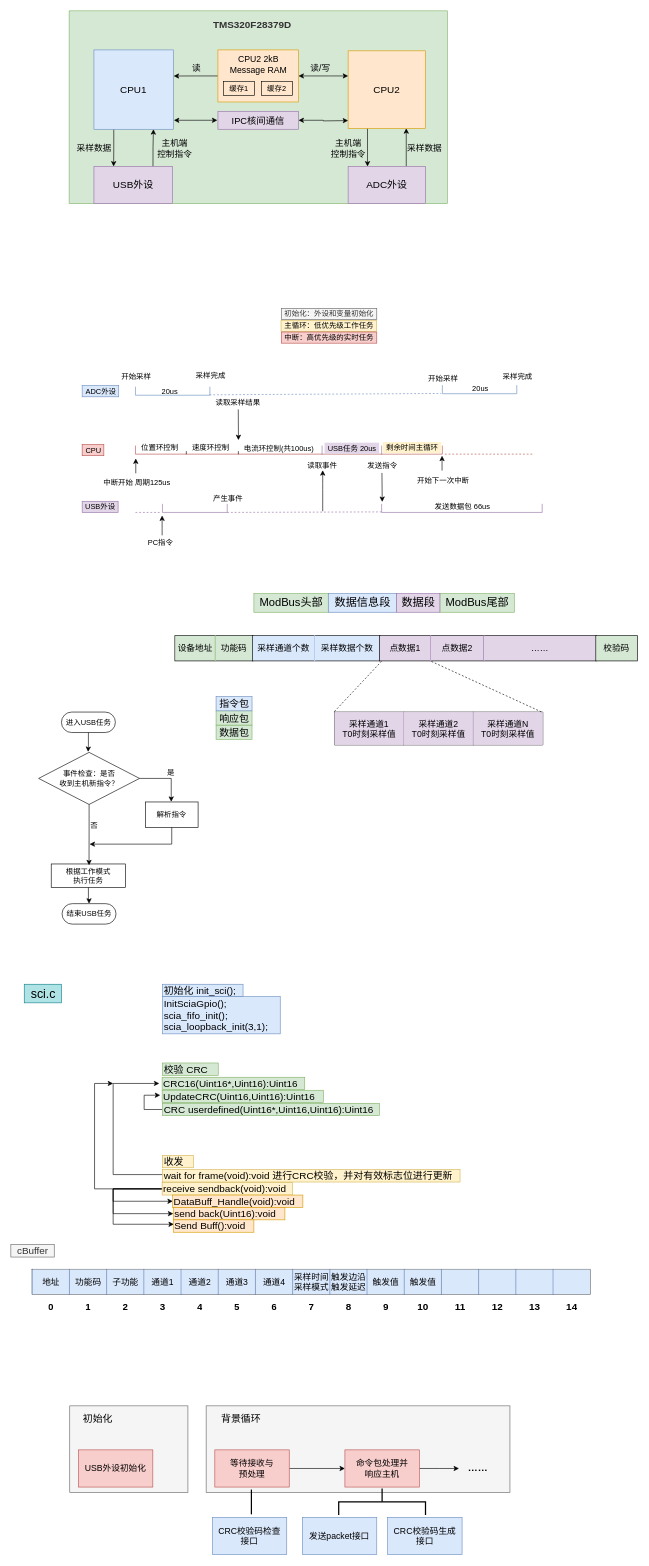
Earlier version of the draw.io diagram page "DSP内部" (2 of 5) of Untitled Diagram.drawio (fuxinsen/test). Source tidied: cells renumbered, new cells numbered last; positions are measured from the earlier drawing's top-left corner, leaving out a move shared by most shapes. Both pictures are drawn from the tidied source at 62%, with x=0, y=0 at pixel (11, 11).
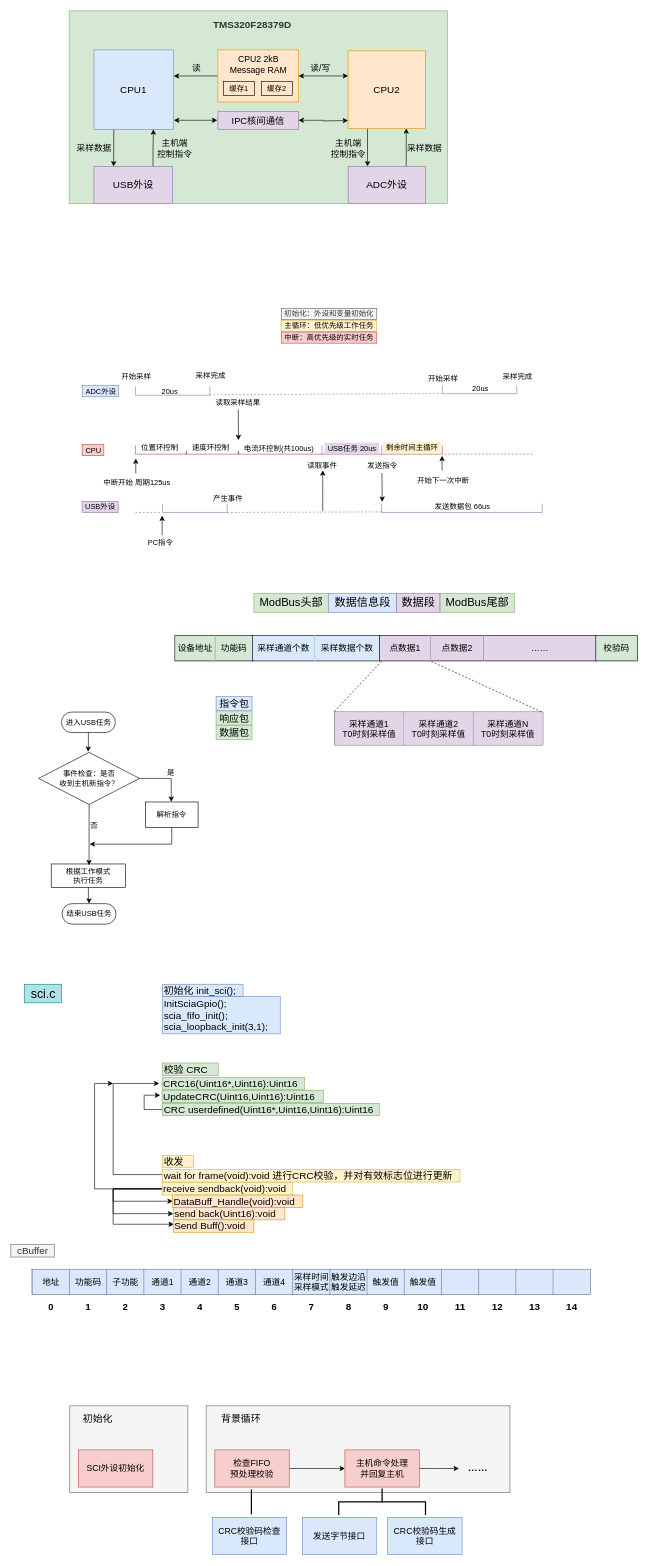
After the change.

What changed in the source:
```diff
@@
-    <mxCell id="161" value="&lt;font style=&quot;font-size: 14px;&quot;&gt;等待接收与&lt;br style=&quot;font-size: 14px;&quot;&gt;预&lt;font style=&quot;font-size: 14px;&quot;&gt;处理&lt;/font&gt;&lt;/font&gt;" style="rounded=0;whiteSpace=wrap;html=1;fillColor=#f8cecc;strokeColor=#b85450;fontSize=14;" parent="1" vertex="1">
+    <mxCell id="161" value="&lt;font style=&quot;font-size: 14px&quot;&gt;检查FIFO&lt;br style=&quot;font-size: 14px&quot;&gt;预&lt;font style=&quot;font-size: 14px&quot;&gt;处理校验&lt;/font&gt;&lt;/font&gt;" style="rounded=0;whiteSpace=wrap;html=1;fillColor=#f8cecc;strokeColor=#b85450;fontSize=14;" parent="1" vertex="1">
       <mxGeometry x="329" y="2321" width="120" height="60" as="geometry" />
     </mxCell>
@@
-    <mxCell id="163" value="&lt;span style=&quot;font-size: 14px;&quot;&gt;命令包处理并&lt;br style=&quot;font-size: 14px;&quot;&gt;响应主机&lt;br style=&quot;font-size: 14px;&quot;&gt;&lt;/span&gt;" style="rounded=0;whiteSpace=wrap;html=1;fillColor=#f8cecc;strokeColor=#b85450;fontSize=14;" parent="1" vertex="1">
+    <mxCell id="163" value="&lt;span style=&quot;font-size: 14px&quot;&gt;主机命令处理&lt;br&gt;并回复主机&lt;br style=&quot;font-size: 14px&quot;&gt;&lt;/span&gt;" style="rounded=0;whiteSpace=wrap;html=1;fillColor=#f8cecc;strokeColor=#b85450;fontSize=14;" parent="1" vertex="1">
       <mxGeometry x="538.8" y="2321" width="120" height="60" as="geometry" />
     </mxCell>
-    <mxCell id="164" value="&lt;span style=&quot;font-size: 14px;&quot;&gt;发送packet接口&lt;br style=&quot;font-size: 14px;&quot;&gt;&lt;/span&gt;" style="rounded=0;whiteSpace=wrap;html=1;fillColor=#dae8fc;strokeColor=#6c8ebf;fontSize=14;" parent="1" vertex="1">
+    <mxCell id="164" value="&lt;span style=&quot;font-size: 14px&quot;&gt;发送字节接口&lt;br style=&quot;font-size: 14px&quot;&gt;&lt;/span&gt;" style="rounded=0;whiteSpace=wrap;html=1;fillColor=#dae8fc;strokeColor=#6c8ebf;fontSize=14;" parent="1" vertex="1">
       <mxGeometry x="470.2" y="2429.9" width="120" height="60" as="geometry" />
     </mxCell>
@@
-    <mxCell id="171" value="USB外设初始化" style="rounded=0;whiteSpace=wrap;html=1;fontSize=14;fillColor=#f8cecc;strokeColor=#b85450;" parent="1" vertex="1">
+    <mxCell id="171" value="SCI外设初始化" style="rounded=0;whiteSpace=wrap;html=1;fontSize=14;fillColor=#f8cecc;strokeColor=#b85450;" parent="1" vertex="1">
       <mxGeometry x="109" y="2321" width="120" height="60" as="geometry" />
     </mxCell>
```
